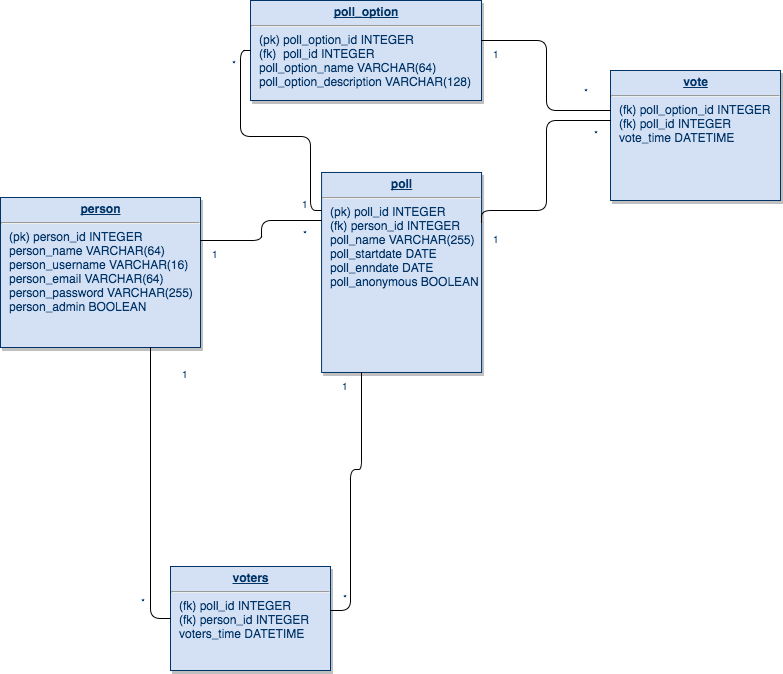
rrrkkk/Tsoha-Bootstrap keeps this draw.io diagram as doc/Relaatiotietokantakaavio.png. Above is the earlier version. Source tidied: cells renumbered, new cells last; positions are measured from the earlier drawing's top-left corner, leaving out a move shared by most shapes. The source it was exported from:
```xml
<mxGraphModel background="#ffffff">
  <root>
    <mxCell id="0" style="html=1;" />
    <mxCell id="1" style="html=1;" parent="0" />
    <mxCell id="2" value="&lt;p style=&quot;margin: 0px ; margin-top: 4px ; text-align: center ; text-decoration: underline&quot;&gt;&lt;b&gt;vote&lt;/b&gt;&lt;/p&gt;&lt;hr&gt;&lt;p style=&quot;margin: 0px ; margin-left: 8px&quot;&gt;(fk) poll_option_id INTEGER&lt;/p&gt;&lt;p style=&quot;margin: 0px ; margin-left: 8px&quot;&gt;(fk) poll_id INTEGER&lt;/p&gt;&lt;p style=&quot;margin: 0px ; margin-left: 8px&quot;&gt;vote_time DATETIME&lt;/p&gt;" style="verticalAlign=top;align=left;overflow=fill;fontSize=12;fontFamily=Helvetica;html=1;strokeColor=#003366;shadow=1;fillColor=#D4E1F5;fontColor=#003366;" parent="1" vertex="1">
      <mxGeometry x="610" y="70" width="170" height="130" as="geometry" />
    </mxCell>
    <mxCell id="3" value="&lt;p style=&quot;margin: 0px ; margin-top: 4px ; text-align: center ; text-decoration: underline&quot;&gt;&lt;b&gt;poll_option&lt;/b&gt;&lt;/p&gt;&lt;hr&gt;&lt;p style=&quot;margin: 0px ; margin-left: 8px&quot;&gt;(pk) poll_option_id INTEGER&lt;/p&gt;&lt;p style=&quot;margin: 0px ; margin-left: 8px&quot;&gt;(fk) &amp;nbsp;poll_id INTEGER&lt;/p&gt;&lt;p style=&quot;margin: 0px ; margin-left: 8px&quot;&gt;poll_option_name VARCHAR(64)&lt;/p&gt;&lt;p style=&quot;margin: 0px ; margin-left: 8px&quot;&gt;poll_option_description VARCHAR(128)&lt;/p&gt;" style="verticalAlign=top;align=left;overflow=fill;fontSize=12;fontFamily=Helvetica;html=1;strokeColor=#003366;shadow=1;fillColor=#D4E1F5;fontColor=#003366;" parent="1" vertex="1">
      <mxGeometry x="250" width="231" height="100" as="geometry" />
    </mxCell>
    <mxCell id="4" value="&lt;p style=&quot;margin: 0px ; margin-top: 4px ; text-align: center ; text-decoration: underline&quot;&gt;&lt;b&gt;person&lt;/b&gt;&lt;/p&gt;&lt;hr&gt;&lt;p style=&quot;margin: 0px ; margin-left: 8px&quot;&gt;(pk) person_id INTEGER&lt;/p&gt;&lt;p style=&quot;margin: 0px ; margin-left: 8px&quot;&gt;person_name VARCHAR(64)&lt;/p&gt;&lt;p style=&quot;margin: 0px ; margin-left: 8px&quot;&gt;person_username VARCHAR(16)&lt;/p&gt;&lt;p style=&quot;margin: 0px ; margin-left: 8px&quot;&gt;person_email VARCHAR(64)&lt;/p&gt;&lt;p style=&quot;margin: 0px ; margin-left: 8px&quot;&gt;person_password VARCHAR(255)&lt;/p&gt;&lt;p style=&quot;margin: 0px ; margin-left: 8px&quot;&gt;person_admin BOOLEAN&lt;/p&gt;&lt;p style=&quot;margin: 0px ; margin-left: 8px&quot;&gt;&lt;br&gt;&lt;/p&gt;&lt;p style=&quot;margin: 0px ; margin-left: 8px&quot;&gt;&lt;br&gt;&lt;/p&gt;" style="verticalAlign=top;align=left;overflow=fill;fontSize=12;fontFamily=Helvetica;html=1;strokeColor=#003366;shadow=1;fillColor=#D4E1F5;fontColor=#003366;" parent="1" vertex="1">
      <mxGeometry y="197" width="200" height="150" as="geometry" />
    </mxCell>
    <mxCell id="5" value="&lt;p style=&quot;margin: 0px ; margin-top: 4px ; text-align: center ; text-decoration: underline&quot;&gt;&lt;b&gt;poll&lt;/b&gt;&lt;/p&gt;&lt;hr&gt;&lt;p style=&quot;margin: 0px ; margin-left: 8px&quot;&gt;&lt;span&gt;(pk) poll_id INTEGER&lt;/span&gt;&lt;/p&gt;&lt;p style=&quot;margin: 0px ; margin-left: 8px&quot;&gt;&lt;span&gt;(fk) person_id INTEGER&lt;/span&gt;&lt;/p&gt;&lt;p style=&quot;margin: 0px ; margin-left: 8px&quot;&gt;&lt;span&gt;poll_name VARCHAR(255)&lt;/span&gt;&lt;/p&gt;&lt;p style=&quot;margin: 0px ; margin-left: 8px&quot;&gt;poll_startdate DATE&lt;/p&gt;&lt;p style=&quot;margin: 0px ; margin-left: 8px&quot;&gt;poll_enndate DATE&lt;/p&gt;&lt;p style=&quot;margin: 0px ; margin-left: 8px&quot;&gt;poll_anonymous BOOLEAN&lt;/p&gt;" style="verticalAlign=top;align=left;overflow=fill;fontSize=12;fontFamily=Helvetica;html=1;strokeColor=#003366;shadow=1;fillColor=#D4E1F5;fontColor=#003366;" parent="1" vertex="1">
      <mxGeometry x="321.1" y="172" width="160" height="200" as="geometry" />
    </mxCell>
    <mxCell id="6" value="&lt;p style=&quot;margin: 0px ; margin-top: 4px ; text-align: center ; text-decoration: underline&quot;&gt;&lt;b&gt;voters&lt;/b&gt;&lt;/p&gt;&lt;hr&gt;&lt;p style=&quot;margin: 0px ; margin-left: 8px&quot;&gt;(fk) poll_id INTEGER&lt;/p&gt;&lt;p style=&quot;margin: 0px ; margin-left: 8px&quot;&gt;(fk) person_id INTEGER&lt;/p&gt;&lt;p style=&quot;margin: 0px ; margin-left: 8px&quot;&gt;voters_time DATETIME&lt;/p&gt;" style="verticalAlign=top;align=left;overflow=fill;fontSize=12;fontFamily=Helvetica;html=1;strokeColor=#003366;shadow=1;fillColor=#D4E1F5;fontColor=#003366;" parent="1" vertex="1">
      <mxGeometry x="170" y="566" width="160" height="104" as="geometry" />
    </mxCell>
    <mxCell id="7" style="endArrow=none;endSize=12;startArrow=none;startSize=14;startFill=0;edgeStyle=orthogonalEdgeStyle;exitX=1;exitY=0.25;rounded=1;html=1;endFill=0;" parent="1" edge="1" source="5" target="2">
      <mxGeometry x="769.4" y="450" as="geometry">
        <Array as="points">
          <mxPoint x="481" y="210" />
          <mxPoint x="546" y="210" />
          <mxPoint x="546" y="120" />
        </Array>
      </mxGeometry>
    </mxCell>
    <mxCell id="8" value="1" style="align=left;verticalAlign=top;labelBackgroundColor=#ffffff;fontSize=10;strokeColor=#003366;shadow=1;fillColor=#D4E1F5;fontColor=#003366;html=1;" parent="7" vertex="1">
      <mxGeometry x="-1" relative="1" as="geometry">
        <mxPoint x="8.9" y="3" as="offset" />
      </mxGeometry>
    </mxCell>
    <mxCell id="9" value="*" style="align=right;verticalAlign=top;labelBackgroundColor=#ffffff;fontSize=10;strokeColor=#003366;shadow=1;fillColor=#D4E1F5;fontColor=#003366;html=1;" parent="7" vertex="1">
      <mxGeometry x="1" relative="1" as="geometry">
        <mxPoint x="-10" as="offset" />
      </mxGeometry>
    </mxCell>
    <mxCell id="10" style="endArrow=none;endSize=12;startArrow=none;startSize=14;startFill=0;edgeStyle=orthogonalEdgeStyle;rounded=1;html=1;endFill=0;" parent="1" edge="1" source="3" target="2">
      <mxGeometry x="519.4" y="180" as="geometry">
        <Array as="points">
          <mxPoint x="546" y="40" />
          <mxPoint x="546" y="110" />
        </Array>
      </mxGeometry>
    </mxCell>
    <mxCell id="11" value="1&lt;div&gt;&lt;br&gt;&lt;/div&gt;" style="align=left;verticalAlign=top;labelBackgroundColor=#ffffff;fontSize=10;strokeColor=#003366;shadow=1;fillColor=#D4E1F5;fontColor=#003366;html=1;" parent="10" vertex="1">
      <mxGeometry x="-1" relative="1" as="geometry">
        <mxPoint x="8.9" as="offset" />
      </mxGeometry>
    </mxCell>
    <mxCell id="12" style="endArrow=none;endSize=12;startArrow=none;startSize=14;startFill=0;edgeStyle=orthogonalEdgeStyle;html=1;endFill=0;" parent="1" edge="1" source="3" target="5">
      <mxGeometry x="389.4" y="350" as="geometry">
        <Array as="points">
          <mxPoint x="240" y="50" />
          <mxPoint x="240" y="136" />
          <mxPoint x="310" y="136" />
          <mxPoint x="310" y="210" />
        </Array>
      </mxGeometry>
    </mxCell>
    <mxCell id="13" value="*" style="align=left;verticalAlign=top;labelBackgroundColor=#ffffff;fontSize=10;strokeColor=#003366;shadow=1;fillColor=#D4E1F5;fontColor=#003366;html=1;" parent="12" vertex="1">
      <mxGeometry x="-1" relative="1" as="geometry">
        <mxPoint x="-21.1" as="offset" />
      </mxGeometry>
    </mxCell>
    <mxCell id="14" value="1" style="align=right;verticalAlign=top;labelBackgroundColor=#ffffff;fontSize=10;strokeColor=#003366;shadow=1;fillColor=#D4E1F5;fontColor=#003366;html=1;" parent="12" vertex="1">
      <mxGeometry x="1" relative="1" as="geometry">
        <mxPoint x="-11.1" y="-20" as="offset" />
      </mxGeometry>
    </mxCell>
    <mxCell id="15" style="endArrow=none;endSize=12;startArrow=none;startSize=14;startFill=0;edgeStyle=orthogonalEdgeStyle;entryX=0.25;entryY=1;rounded=1;html=1;endFill=0;" parent="1" edge="1" source="6" target="5">
      <mxGeometry x="419.4" y="820" as="geometry">
        <Array as="points">
          <mxPoint x="350" y="610" />
          <mxPoint x="350" y="469" />
          <mxPoint x="361" y="469" />
        </Array>
      </mxGeometry>
    </mxCell>
    <mxCell id="16" value="*" style="align=left;verticalAlign=top;labelBackgroundColor=#ffffff;fontSize=10;strokeColor=#003366;shadow=1;fillColor=#D4E1F5;fontColor=#003366;html=1;" parent="15" vertex="1">
      <mxGeometry x="-1" relative="1" as="geometry">
        <mxPoint x="10" y="-26.2" as="offset" />
      </mxGeometry>
    </mxCell>
    <mxCell id="17" value="1" style="align=right;verticalAlign=top;labelBackgroundColor=#ffffff;fontSize=10;strokeColor=#003366;shadow=1;fillColor=#D4E1F5;fontColor=#003366;html=1;" parent="15" vertex="1">
      <mxGeometry x="1" relative="1" as="geometry">
        <mxPoint x="-11.1" as="offset" />
      </mxGeometry>
    </mxCell>
    <mxCell id="18" style="endArrow=none;endSize=12;startArrow=none;startSize=14;startFill=0;edgeStyle=orthogonalEdgeStyle;html=1;endFill=0;" parent="1" edge="1" source="5" target="4">
      <mxGeometry x="369.4" y="360" as="geometry">
        <Array as="points">
          <mxPoint x="261" y="220" />
          <mxPoint x="261" y="240" />
        </Array>
      </mxGeometry>
    </mxCell>
    <mxCell id="19" value="*" style="align=left;verticalAlign=top;labelBackgroundColor=#ffffff;fontSize=10;strokeColor=#003366;shadow=1;fillColor=#D4E1F5;fontColor=#003366;html=1;" parent="18" vertex="1">
      <mxGeometry x="-1" relative="1" as="geometry">
        <mxPoint x="-21.1" as="offset" />
      </mxGeometry>
    </mxCell>
    <mxCell id="20" value="1" style="align=right;verticalAlign=top;labelBackgroundColor=#ffffff;fontSize=10;strokeColor=#003366;shadow=1;fillColor=#D4E1F5;fontColor=#003366;html=1;" parent="18" vertex="1">
      <mxGeometry x="1" relative="1" as="geometry">
        <mxPoint x="20" as="offset" />
      </mxGeometry>
    </mxCell>
    <mxCell id="21" style="edgeStyle=orthogonalEdgeStyle;rounded=1;html=1;exitX=0.75;exitY=1;startArrow=none;startFill=0;endArrow=none;endFill=0;jettySize=auto;strokeColor=#000000;entryX=0;entryY=0.5;" parent="1" edge="1" source="4" target="6">
      <mxGeometry relative="1" as="geometry">
        <Array as="points">
          <mxPoint x="150" y="618" />
        </Array>
      </mxGeometry>
    </mxCell>
    <mxCell id="22" value="1" style="align=right;verticalAlign=top;labelBackgroundColor=#ffffff;fontSize=10;strokeColor=#003366;shadow=1;fillColor=#D4E1F5;fontColor=#003366;html=1;" parent="1" vertex="1">
      <mxGeometry x="170.1" y="360" as="geometry">
        <mxPoint x="20" as="offset" />
      </mxGeometry>
    </mxCell>
    <mxCell id="23" value="*" style="align=left;verticalAlign=top;labelBackgroundColor=#ffffff;fontSize=10;strokeColor=#003366;shadow=1;fillColor=#D4E1F5;fontColor=#003366;html=1;" parent="1" vertex="1">
      <mxGeometry x="140" y="610" as="geometry">
        <mxPoint x="-2.1" y="-22" as="offset" />
      </mxGeometry>
    </mxCell>
    <mxCell id="24" value="*" style="align=right;verticalAlign=top;labelBackgroundColor=#ffffff;fontSize=10;strokeColor=#003366;shadow=1;fillColor=#D4E1F5;fontColor=#003366;html=1;direction=south;" parent="1" vertex="1">
      <mxGeometry x="600" y="120" as="geometry">
        <mxPoint x="-10" y="-42" as="offset" />
      </mxGeometry>
    </mxCell>
  </root>
</mxGraphModel>
```
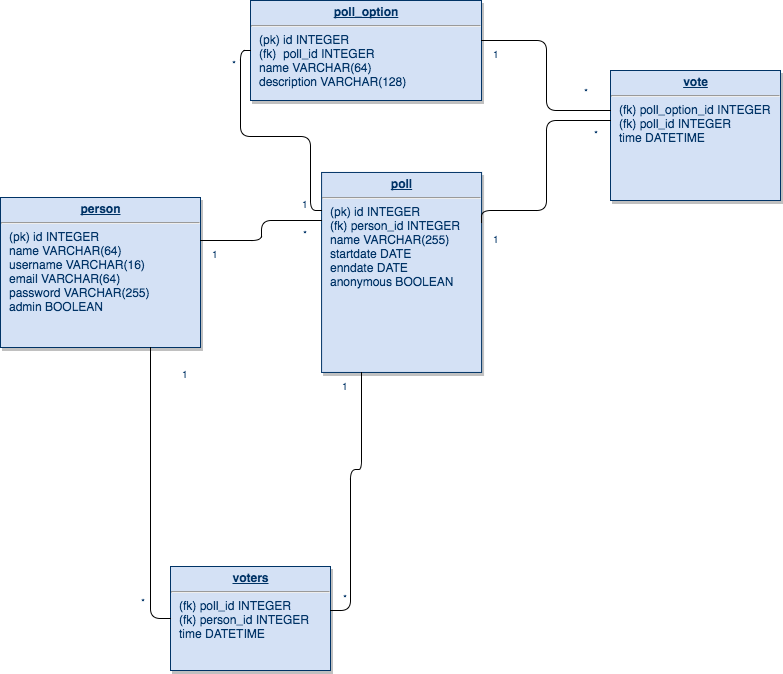
After the change.

Diff of the diagram source:
```diff
@@ -2,19 +2,19 @@
   <root>
     <mxCell id="0" style="html=1;" />
     <mxCell id="1" style="html=1;" parent="0" />
-    <mxCell id="2" value="&lt;p style=&quot;margin: 0px ; margin-top: 4px ; text-align: center ; text-decoration: underline&quot;&gt;&lt;b&gt;vote&lt;/b&gt;&lt;/p&gt;&lt;hr&gt;&lt;p style=&quot;margin: 0px ; margin-left: 8px&quot;&gt;(fk) poll_option_id INTEGER&lt;/p&gt;&lt;p style=&quot;margin: 0px ; margin-left: 8px&quot;&gt;(fk) poll_id INTEGER&lt;/p&gt;&lt;p style=&quot;margin: 0px ; margin-left: 8px&quot;&gt;vote_time DATETIME&lt;/p&gt;" style="verticalAlign=top;align=left;overflow=fill;fontSize=12;fontFamily=Helvetica;html=1;strokeColor=#003366;shadow=1;fillColor=#D4E1F5;fontColor=#003366;" parent="1" vertex="1">
+    <mxCell id="2" value="&lt;p style=&quot;margin: 0px ; margin-top: 4px ; text-align: center ; text-decoration: underline&quot;&gt;&lt;b&gt;vote&lt;/b&gt;&lt;/p&gt;&lt;hr&gt;&lt;p style=&quot;margin: 0px ; margin-left: 8px&quot;&gt;(fk) poll_option_id INTEGER&lt;/p&gt;&lt;p style=&quot;margin: 0px ; margin-left: 8px&quot;&gt;(fk) poll_id INTEGER&lt;/p&gt;&lt;p style=&quot;margin: 0px ; margin-left: 8px&quot;&gt;time DATETIME&lt;/p&gt;" style="verticalAlign=top;align=left;overflow=fill;fontSize=12;fontFamily=Helvetica;html=1;strokeColor=#003366;shadow=1;fillColor=#D4E1F5;fontColor=#003366;" parent="1" vertex="1">
       <mxGeometry x="610" y="70" width="170" height="130" as="geometry" />
     </mxCell>
-    <mxCell id="3" value="&lt;p style=&quot;margin: 0px ; margin-top: 4px ; text-align: center ; text-decoration: underline&quot;&gt;&lt;b&gt;poll_option&lt;/b&gt;&lt;/p&gt;&lt;hr&gt;&lt;p style=&quot;margin: 0px ; margin-left: 8px&quot;&gt;(pk) poll_option_id INTEGER&lt;/p&gt;&lt;p style=&quot;margin: 0px ; margin-left: 8px&quot;&gt;(fk) &amp;nbsp;poll_id INTEGER&lt;/p&gt;&lt;p style=&quot;margin: 0px ; margin-left: 8px&quot;&gt;poll_option_name VARCHAR(64)&lt;/p&gt;&lt;p style=&quot;margin: 0px ; margin-left: 8px&quot;&gt;poll_option_description VARCHAR(128)&lt;/p&gt;" style="verticalAlign=top;align=left;overflow=fill;fontSize=12;fontFamily=Helvetica;html=1;strokeColor=#003366;shadow=1;fillColor=#D4E1F5;fontColor=#003366;" parent="1" vertex="1">
+    <mxCell id="3" value="&lt;p style=&quot;margin: 0px ; margin-top: 4px ; text-align: center ; text-decoration: underline&quot;&gt;&lt;b&gt;poll_option&lt;/b&gt;&lt;/p&gt;&lt;hr&gt;&lt;p style=&quot;margin: 0px ; margin-left: 8px&quot;&gt;(pk) id INTEGER&lt;/p&gt;&lt;p style=&quot;margin: 0px ; margin-left: 8px&quot;&gt;(fk) &amp;nbsp;poll_id INTEGER&lt;/p&gt;&lt;p style=&quot;margin: 0px ; margin-left: 8px&quot;&gt;name VARCHAR(64)&lt;/p&gt;&lt;p style=&quot;margin: 0px ; margin-left: 8px&quot;&gt;description VARCHAR(128)&lt;/p&gt;" style="verticalAlign=top;align=left;overflow=fill;fontSize=12;fontFamily=Helvetica;html=1;strokeColor=#003366;shadow=1;fillColor=#D4E1F5;fontColor=#003366;" parent="1" vertex="1">
       <mxGeometry x="250" width="231" height="100" as="geometry" />
     </mxCell>
-    <mxCell id="4" value="&lt;p style=&quot;margin: 0px ; margin-top: 4px ; text-align: center ; text-decoration: underline&quot;&gt;&lt;b&gt;person&lt;/b&gt;&lt;/p&gt;&lt;hr&gt;&lt;p style=&quot;margin: 0px ; margin-left: 8px&quot;&gt;(pk) person_id INTEGER&lt;/p&gt;&lt;p style=&quot;margin: 0px ; margin-left: 8px&quot;&gt;person_name VARCHAR(64)&lt;/p&gt;&lt;p style=&quot;margin: 0px ; margin-left: 8px&quot;&gt;person_username VARCHAR(16)&lt;/p&gt;&lt;p style=&quot;margin: 0px ; margin-left: 8px&quot;&gt;person_email VARCHAR(64)&lt;/p&gt;&lt;p style=&quot;margin: 0px ; margin-left: 8px&quot;&gt;person_password VARCHAR(255)&lt;/p&gt;&lt;p style=&quot;margin: 0px ; margin-left: 8px&quot;&gt;person_admin BOOLEAN&lt;/p&gt;&lt;p style=&quot;margin: 0px ; margin-left: 8px&quot;&gt;&lt;br&gt;&lt;/p&gt;&lt;p style=&quot;margin: 0px ; margin-left: 8px&quot;&gt;&lt;br&gt;&lt;/p&gt;" style="verticalAlign=top;align=left;overflow=fill;fontSize=12;fontFamily=Helvetica;html=1;strokeColor=#003366;shadow=1;fillColor=#D4E1F5;fontColor=#003366;" parent="1" vertex="1">
+    <mxCell id="4" value="&lt;p style=&quot;margin: 0px ; margin-top: 4px ; text-align: center ; text-decoration: underline&quot;&gt;&lt;b&gt;person&lt;/b&gt;&lt;/p&gt;&lt;hr&gt;&lt;p style=&quot;margin: 0px ; margin-left: 8px&quot;&gt;(pk) id INTEGER&lt;/p&gt;&lt;p style=&quot;margin: 0px ; margin-left: 8px&quot;&gt;name VARCHAR(64)&lt;/p&gt;&lt;p style=&quot;margin: 0px ; margin-left: 8px&quot;&gt;username VARCHAR(16)&lt;/p&gt;&lt;p style=&quot;margin: 0px ; margin-left: 8px&quot;&gt;email VARCHAR(64)&lt;/p&gt;&lt;p style=&quot;margin: 0px ; margin-left: 8px&quot;&gt;password VARCHAR(255)&lt;/p&gt;&lt;p style=&quot;margin: 0px ; margin-left: 8px&quot;&gt;admin BOOLEAN&lt;/p&gt;&lt;p style=&quot;margin: 0px ; margin-left: 8px&quot;&gt;&lt;br&gt;&lt;/p&gt;&lt;p style=&quot;margin: 0px ; margin-left: 8px&quot;&gt;&lt;br&gt;&lt;/p&gt;" style="verticalAlign=top;align=left;overflow=fill;fontSize=12;fontFamily=Helvetica;html=1;strokeColor=#003366;shadow=1;fillColor=#D4E1F5;fontColor=#003366;" parent="1" vertex="1">
       <mxGeometry y="197" width="200" height="150" as="geometry" />
     </mxCell>
-    <mxCell id="5" value="&lt;p style=&quot;margin: 0px ; margin-top: 4px ; text-align: center ; text-decoration: underline&quot;&gt;&lt;b&gt;poll&lt;/b&gt;&lt;/p&gt;&lt;hr&gt;&lt;p style=&quot;margin: 0px ; margin-left: 8px&quot;&gt;&lt;span&gt;(pk) poll_id INTEGER&lt;/span&gt;&lt;/p&gt;&lt;p style=&quot;margin: 0px ; margin-left: 8px&quot;&gt;&lt;span&gt;(fk) person_id INTEGER&lt;/span&gt;&lt;/p&gt;&lt;p style=&quot;margin: 0px ; margin-left: 8px&quot;&gt;&lt;span&gt;poll_name VARCHAR(255)&lt;/span&gt;&lt;/p&gt;&lt;p style=&quot;margin: 0px ; margin-left: 8px&quot;&gt;poll_startdate DATE&lt;/p&gt;&lt;p style=&quot;margin: 0px ; margin-left: 8px&quot;&gt;poll_enndate DATE&lt;/p&gt;&lt;p style=&quot;margin: 0px ; margin-left: 8px&quot;&gt;poll_anonymous BOOLEAN&lt;/p&gt;" style="verticalAlign=top;align=left;overflow=fill;fontSize=12;fontFamily=Helvetica;html=1;strokeColor=#003366;shadow=1;fillColor=#D4E1F5;fontColor=#003366;" parent="1" vertex="1">
+    <mxCell id="5" value="&lt;p style=&quot;margin: 0px ; margin-top: 4px ; text-align: center ; text-decoration: underline&quot;&gt;&lt;b&gt;poll&lt;/b&gt;&lt;/p&gt;&lt;hr&gt;&lt;p style=&quot;margin: 0px ; margin-left: 8px&quot;&gt;&lt;span&gt;(pk) id INTEGER&lt;/span&gt;&lt;/p&gt;&lt;p style=&quot;margin: 0px ; margin-left: 8px&quot;&gt;&lt;span&gt;(fk) person_id INTEGER&lt;/span&gt;&lt;/p&gt;&lt;p style=&quot;margin: 0px ; margin-left: 8px&quot;&gt;&lt;span&gt;name VARCHAR(255)&lt;/span&gt;&lt;/p&gt;&lt;p style=&quot;margin: 0px ; margin-left: 8px&quot;&gt;startdate DATE&lt;/p&gt;&lt;p style=&quot;margin: 0px ; margin-left: 8px&quot;&gt;enndate DATE&lt;/p&gt;&lt;p style=&quot;margin: 0px ; margin-left: 8px&quot;&gt;anonymous BOOLEAN&lt;/p&gt;" style="verticalAlign=top;align=left;overflow=fill;fontSize=12;fontFamily=Helvetica;html=1;strokeColor=#003366;shadow=1;fillColor=#D4E1F5;fontColor=#003366;" parent="1" vertex="1">
       <mxGeometry x="321.1" y="172" width="160" height="200" as="geometry" />
     </mxCell>
-    <mxCell id="6" value="&lt;p style=&quot;margin: 0px ; margin-top: 4px ; text-align: center ; text-decoration: underline&quot;&gt;&lt;b&gt;voters&lt;/b&gt;&lt;/p&gt;&lt;hr&gt;&lt;p style=&quot;margin: 0px ; margin-left: 8px&quot;&gt;(fk) poll_id INTEGER&lt;/p&gt;&lt;p style=&quot;margin: 0px ; margin-left: 8px&quot;&gt;(fk) person_id INTEGER&lt;/p&gt;&lt;p style=&quot;margin: 0px ; margin-left: 8px&quot;&gt;voters_time DATETIME&lt;/p&gt;" style="verticalAlign=top;align=left;overflow=fill;fontSize=12;fontFamily=Helvetica;html=1;strokeColor=#003366;shadow=1;fillColor=#D4E1F5;fontColor=#003366;" parent="1" vertex="1">
+    <mxCell id="6" value="&lt;p style=&quot;margin: 0px ; margin-top: 4px ; text-align: center ; text-decoration: underline&quot;&gt;&lt;b&gt;voters&lt;/b&gt;&lt;/p&gt;&lt;hr&gt;&lt;p style=&quot;margin: 0px ; margin-left: 8px&quot;&gt;(fk) poll_id INTEGER&lt;/p&gt;&lt;p style=&quot;margin: 0px ; margin-left: 8px&quot;&gt;(fk) person_id INTEGER&lt;/p&gt;&lt;p style=&quot;margin: 0px ; margin-left: 8px&quot;&gt;time DATETIME&lt;/p&gt;" style="verticalAlign=top;align=left;overflow=fill;fontSize=12;fontFamily=Helvetica;html=1;strokeColor=#003366;shadow=1;fillColor=#D4E1F5;fontColor=#003366;" parent="1" vertex="1">
       <mxGeometry x="170" y="566" width="160" height="104" as="geometry" />
     </mxCell>
     <mxCell id="7" style="endArrow=none;endSize=12;startArrow=none;startSize=14;startFill=0;edgeStyle=orthogonalEdgeStyle;exitX=1;exitY=0.25;rounded=1;html=1;endFill=0;" parent="1" edge="1" source="5" target="2">
```
